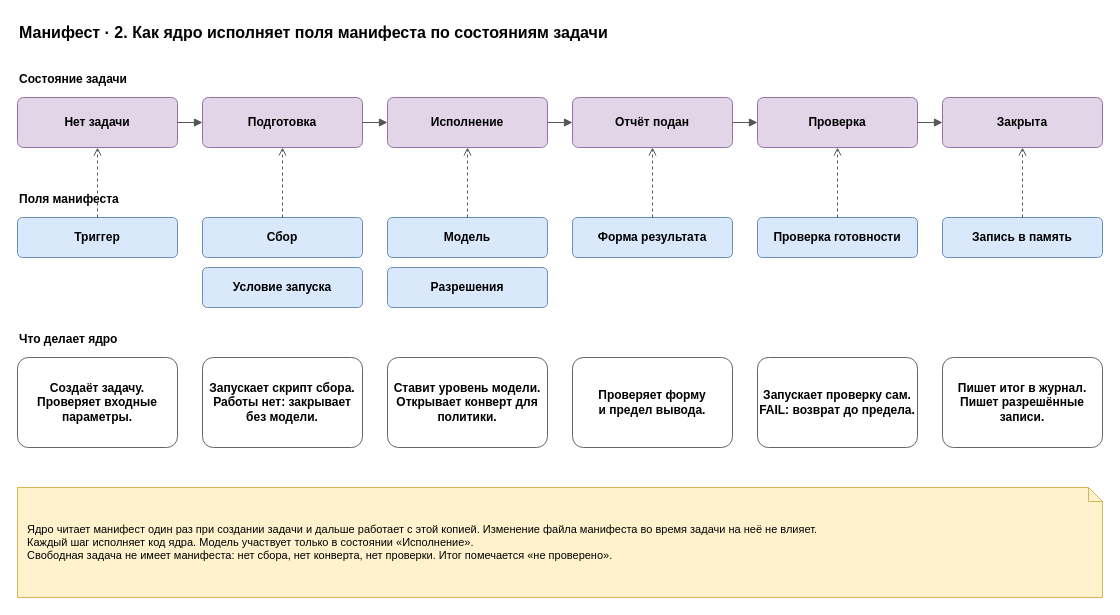
roygkov/reins keeps this draw.io diagram as page "2. Исполнение ядром" (2 of 7) of docs/spec/harness-manifest.drawio. Above is the earlier version. Source tidied: cells renumbered, new cells numbered last; positions are measured from the earlier drawing's top-left corner, leaving out a move shared by most shapes. Both pictures are drawn from the tidied source at 100%, with x=0, y=0 at pixel (17, 17).
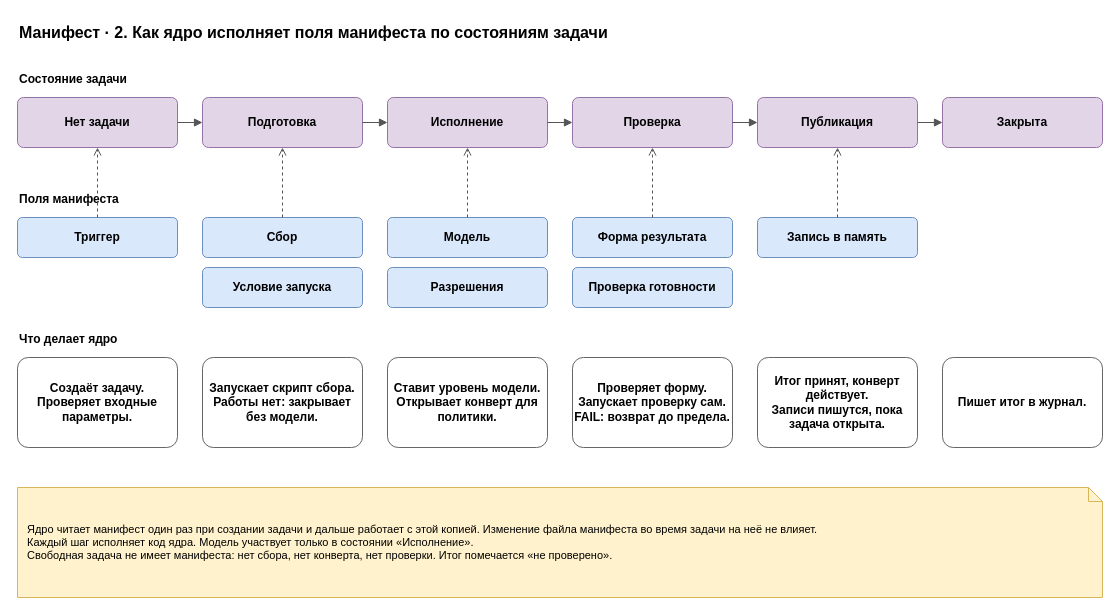
The same diagram, later.

Diff of the diagram source:
```diff
@@
-    <mxCell id="22" value="&lt;b&gt;Отчёт подан&lt;/b&gt;" style="rounded=1;whiteSpace=wrap;html=1;fillColor=#e1d5e7;strokeColor=#9673a6;arcSize=12;" parent="1" vertex="1">
+    <mxCell id="22" value="&lt;b&gt;Проверка&lt;/b&gt;" style="rounded=1;whiteSpace=wrap;html=1;fillColor=#e1d5e7;strokeColor=#9673a6;arcSize=12;" parent="1" vertex="1">
       <mxGeometry x="555" y="80" width="160" height="50" as="geometry" />
     </mxCell>
@@
-    <mxCell id="26" value="&lt;b&gt;Проверяет форму&lt;br&gt;и предел вывода.&lt;/b&gt;" style="rounded=1;whiteSpace=wrap;html=1;fillColor=#ffffff;strokeColor=#666666;arcSize=12;fontStyle=0;" parent="1" vertex="1">
-      <mxGeometry x="555" y="340" width="160" height="90" as="geometry" />
+    <mxCell id="26" value="&lt;b&gt;Проверка готовности&lt;/b&gt;" style="rounded=1;whiteSpace=wrap;html=1;fillColor=#dae8fc;strokeColor=#6c8ebf;arcSize=12;" parent="1" vertex="1">
+      <mxGeometry x="555" y="250" width="160" height="40" as="geometry" />
     </mxCell>
-    <mxCell id="27" value="&lt;b&gt;Проверка&lt;/b&gt;" style="rounded=1;whiteSpace=wrap;html=1;fillColor=#e1d5e7;strokeColor=#9673a6;arcSize=12;" parent="1" vertex="1">
-      <mxGeometry x="740" y="80" width="160" height="50" as="geometry" />
+    <mxCell id="27" value="&lt;b&gt;Проверяет форму. Запускает проверку сам.&lt;br&gt;FAIL: возврат до предела.&lt;/b&gt;" style="rounded=1;whiteSpace=wrap;html=1;fillColor=#ffffff;strokeColor=#666666;arcSize=12;fontStyle=0;" parent="1" vertex="1">
+      <mxGeometry x="555" y="340" width="160" height="90" as="geometry" />
     </mxCell>
-    <mxCell id="28" style="edgeStyle=orthogonalEdgeStyle;rounded=0;html=1;endArrow=block;endFill=1;strokeColor=#555555;fontSize=11;labelBackgroundColor=#ffffff;" parent="1" edge="1" source="22" target="27">
-      <mxGeometry relative="1" as="geometry" />
+    <mxCell id="28" value="&lt;b&gt;Публикация&lt;/b&gt;" style="rounded=1;whiteSpace=wrap;html=1;fillColor=#e1d5e7;strokeColor=#9673a6;arcSize=12;" parent="1" vertex="1">
+      <mxGeometry x="740" y="80" width="160" height="50" as="geometry" />
     </mxCell>
-    <mxCell id="29" value="&lt;b&gt;Проверка готовности&lt;/b&gt;" style="rounded=1;whiteSpace=wrap;html=1;fillColor=#dae8fc;strokeColor=#6c8ebf;arcSize=12;" parent="1" vertex="1">
-      <mxGeometry x="740" y="200" width="160" height="40" as="geometry" />
+    <mxCell id="29" style="edgeStyle=orthogonalEdgeStyle;rounded=0;html=1;endArrow=block;endFill=1;strokeColor=#555555;fontSize=11;labelBackgroundColor=#ffffff;" parent="1" edge="1" source="22" target="28">
+      <mxGeometry relative="1" as="geometry" />
     </mxCell>
-    <mxCell id="30" style="edgeStyle=orthogonalEdgeStyle;rounded=0;html=1;endArrow=block;endFill=1;strokeColor=#555555;fontSize=11;labelBackgroundColor=#ffffff;dashed=1;endArrow=open;endFill=0;" parent="1" edge="1" source="29" target="27">
-      <mxGeometry relative="1" as="geometry" />
+    <mxCell id="30" value="&lt;b&gt;Запись в память&lt;/b&gt;" style="rounded=1;whiteSpace=wrap;html=1;fillColor=#dae8fc;strokeColor=#6c8ebf;arcSize=12;" parent="1" vertex="1">
+      <mxGeometry x="740" y="200" width="160" height="40" as="geometry" />
     </mxCell>
-    <mxCell id="31" value="&lt;b&gt;Запускает проверку сам.&lt;br&gt;FAIL: возврат до предела.&lt;/b&gt;" style="rounded=1;whiteSpace=wrap;html=1;fillColor=#ffffff;strokeColor=#666666;arcSize=12;fontStyle=0;" parent="1" vertex="1">
-      <mxGeometry x="740" y="340" width="160" height="90" as="geometry" />
+    <mxCell id="31" style="edgeStyle=orthogonalEdgeStyle;rounded=0;html=1;endArrow=block;endFill=1;strokeColor=#555555;fontSize=11;labelBackgroundColor=#ffffff;dashed=1;endArrow=open;endFill=0;" parent="1" edge="1" source="30" target="28">
+      <mxGeometry relative="1" as="geometry" />
     </mxCell>
-    <mxCell id="32" value="&lt;b&gt;Закрыта&lt;/b&gt;" style="rounded=1;whiteSpace=wrap;html=1;fillColor=#e1d5e7;strokeColor=#9673a6;arcSize=12;" parent="1" vertex="1">
-      <mxGeometry x="925" y="80" width="160" height="50" as="geometry" />
+    <mxCell id="32" value="&lt;b&gt;Итог принят, конверт действует.&lt;br&gt;Записи пишутся, пока задача открыта.&lt;/b&gt;" style="rounded=1;whiteSpace=wrap;html=1;fillColor=#ffffff;strokeColor=#666666;arcSize=12;fontStyle=0;" parent="1" vertex="1">
+      <mxGeometry x="740" y="340" width="160" height="90" as="geometry" />
     </mxCell>
-    <mxCell id="33" style="edgeStyle=orthogonalEdgeStyle;rounded=0;html=1;endArrow=block;endFill=1;strokeColor=#555555;fontSize=11;labelBackgroundColor=#ffffff;" parent="1" edge="1" source="27" target="32">
-      <mxGeometry relative="1" as="geometry" />
+    <mxCell id="33" value="&lt;b&gt;Закрыта&lt;/b&gt;" style="rounded=1;whiteSpace=wrap;html=1;fillColor=#e1d5e7;strokeColor=#9673a6;arcSize=12;" parent="1" vertex="1">
+      <mxGeometry x="925" y="80" width="160" height="50" as="geometry" />
     </mxCell>
-    <mxCell id="34" value="&lt;b&gt;Запись в память&lt;/b&gt;" style="rounded=1;whiteSpace=wrap;html=1;fillColor=#dae8fc;strokeColor=#6c8ebf;arcSize=12;" parent="1" vertex="1">
-      <mxGeometry x="925" y="200" width="160" height="40" as="geometry" />
+    <mxCell id="34" style="edgeStyle=orthogonalEdgeStyle;rounded=0;html=1;endArrow=block;endFill=1;strokeColor=#555555;fontSize=11;labelBackgroundColor=#ffffff;" parent="1" edge="1" source="28" target="33">
+      <mxGeometry relative="1" as="geometry" />
     </mxCell>
-    <mxCell id="35" style="edgeStyle=orthogonalEdgeStyle;rounded=0;html=1;endArrow=block;endFill=1;strokeColor=#555555;fontSize=11;labelBackgroundColor=#ffffff;dashed=1;endArrow=open;endFill=0;" parent="1" edge="1" source="34" target="32">
-      <mxGeometry relative="1" as="geometry" />
+    <mxCell id="35" value="&lt;b&gt;Пишет итог в журнал.&lt;/b&gt;" style="rounded=1;whiteSpace=wrap;html=1;fillColor=#ffffff;strokeColor=#666666;arcSize=12;fontStyle=0;" parent="1" vertex="1">
+      <mxGeometry x="925" y="340" width="160" height="90" as="geometry" />
     </mxCell>
-    <mxCell id="36" value="&lt;b&gt;Пишет итог в журнал.&lt;br&gt;Пишет разрешённые записи.&lt;/b&gt;" style="rounded=1;whiteSpace=wrap;html=1;fillColor=#ffffff;strokeColor=#666666;arcSize=12;fontStyle=0;" parent="1" vertex="1">
-      <mxGeometry x="925" y="340" width="160" height="90" as="geometry" />
+    <mxCell id="36" value="Ядро читает манифест один раз при создании задачи и дальше работает с этой копией. Изменение файла манифеста во время задачи на неё не влияет.&lt;br&gt;Каждый шаг исполняет код ядра. Модель участвует только в состоянии «Исполнение».&lt;br&gt;Свободная задача не имеет манифеста: нет сбора, нет конверта, нет проверки. Итог помечается «не проверено»." style="shape=note;whiteSpace=wrap;html=1;backgroundOutline=1;size=14;fillColor=#fff2cc;strokeColor=#d6b656;align=left;spacingLeft=8;spacingRight=8;fontSize=11;" parent="1" vertex="1">
+      <mxGeometry y="470" width="1085" height="110" as="geometry" />
     </mxCell>
-    <mxCell id="37" value="Ядро читает манифест один раз при создании задачи и дальше работает с этой копией. Изменение файла манифеста во время задачи на неё не влияет.&lt;br&gt;Каждый шаг исполняет код ядра. Модель участвует только в состоянии «Исполнение».&lt;br&gt;Свободная задача не имеет манифеста: нет сбора, нет конверта, нет проверки. Итог помечается «не проверено»." style="shape=note;whiteSpace=wrap;html=1;backgroundOutline=1;size=14;fillColor=#fff2cc;strokeColor=#d6b656;align=left;spacingLeft=8;spacingRight=8;fontSize=11;" parent="1" vertex="1">
-      <mxGeometry y="470" width="1085" height="110" as="geometry" />
-    </mxCell>
```
